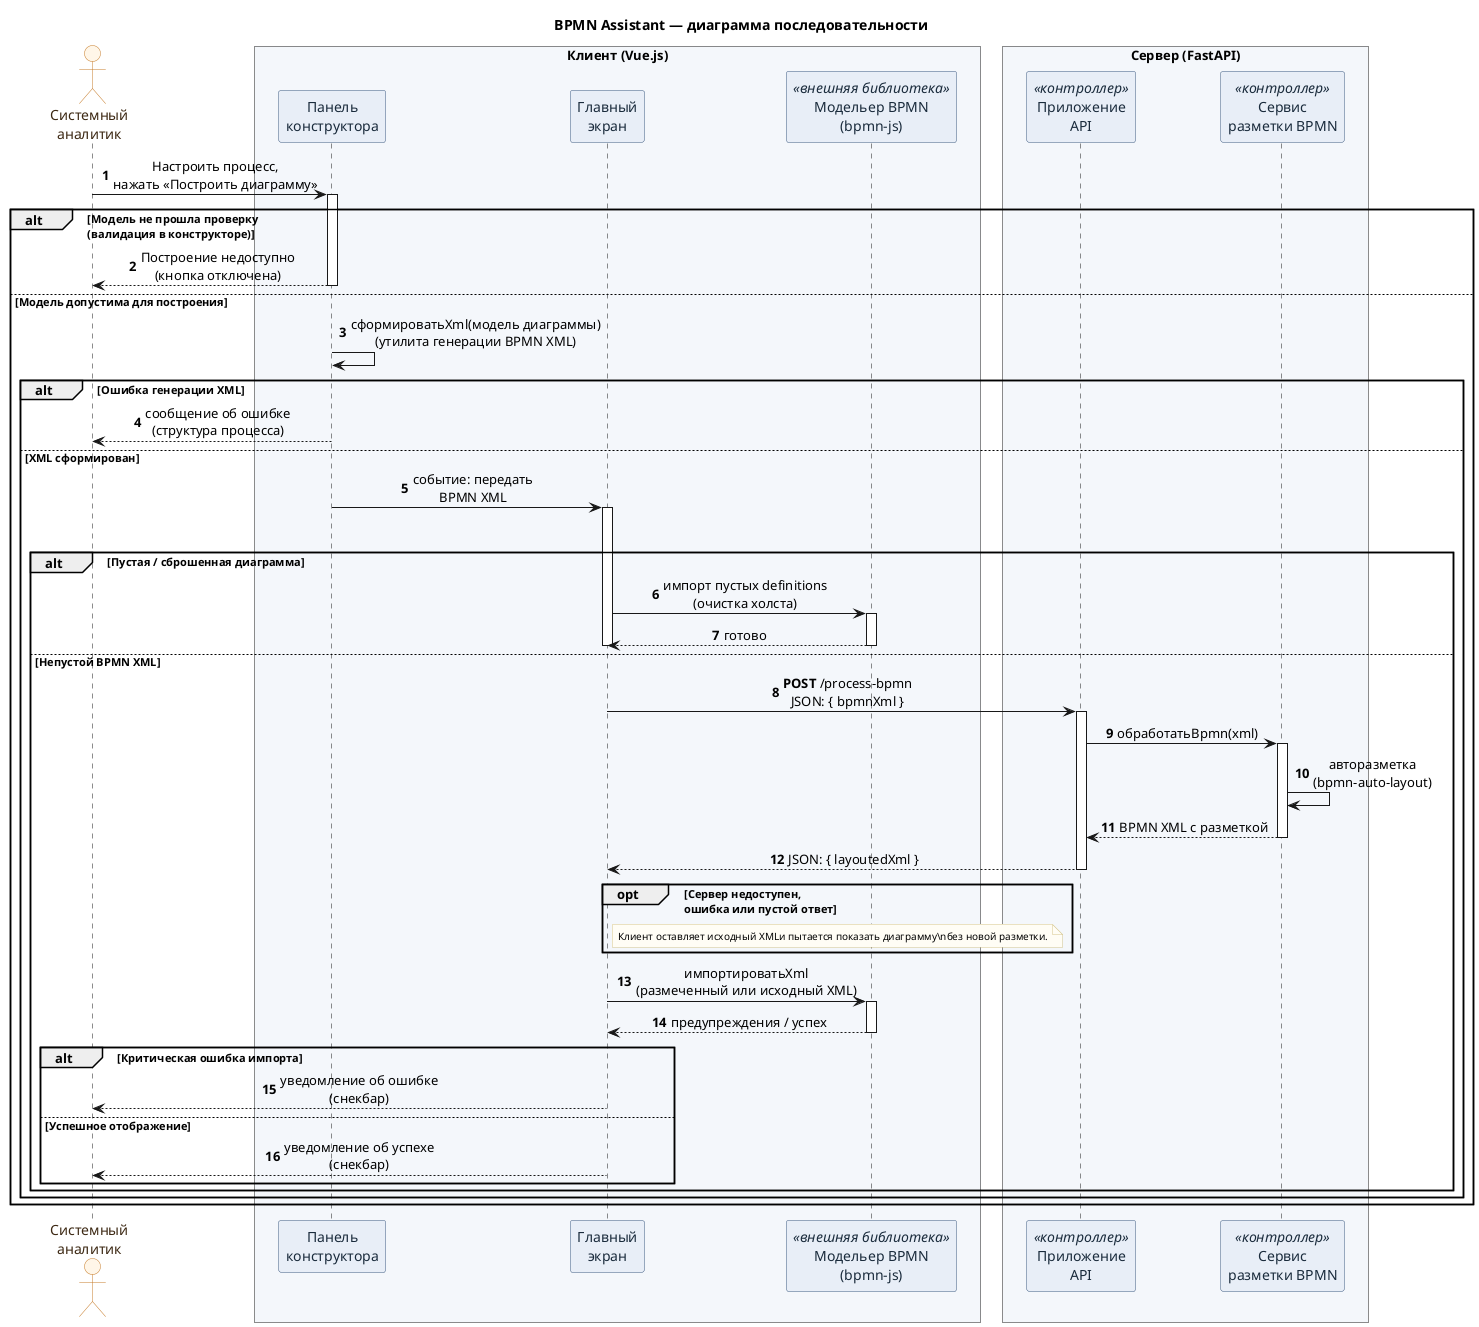
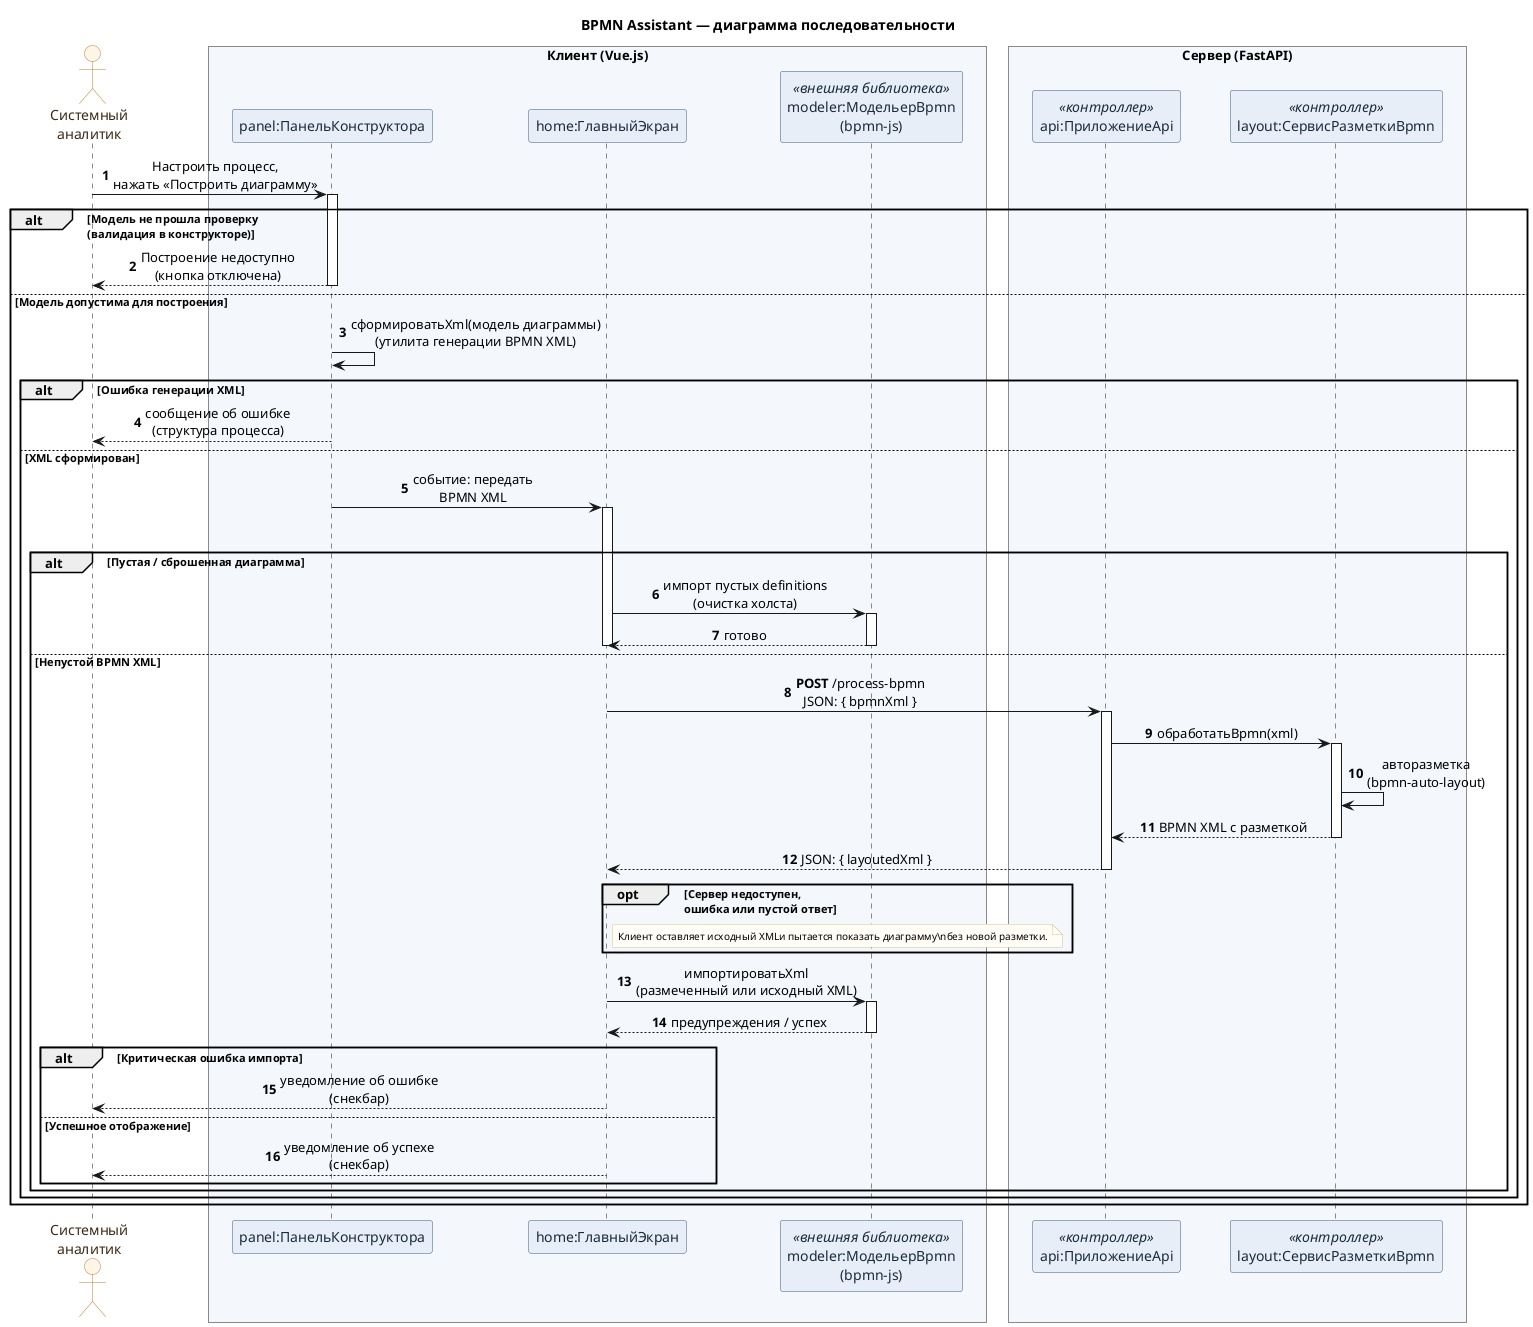
@startuml bpmn-assistant-sequence-diagram
title BPMN Assistant — диаграмма последовательности

skinparam shadowing false
skinparam handwritten false
skinparam sequenceMessageAlign center
skinparam responseMessageBelowArrow true
skinparam ParticipantPadding 20
skinparam BoxPadding 10

skinparam participant {
  BackgroundColor #E8EEF7
  BorderColor #3D5A80
  FontColor #1A2B3C
}
skinparam actor {
  BackgroundColor #FFF6E8
  BorderColor #C67C2A
  FontColor #3D2914
}
skinparam note {
  BackgroundColor #FFFDF5
  BorderColor #D4C48A
  FontSize 10
}

autonumber

actor "Системный\nаналитик" as User

box "Клиент (Vue.js)" #F4F7FB
-   participant "Панель\nконструктора" as Panel
-   participant "Главный\nэкран" as Home
-   participant "Модельер BPMN\n(bpmn-js)" as Modeler <<внешняя библиотека>>
+   participant "panel:ПанельКонструктора" as panel
+   participant "home:ГлавныйЭкран" as home
+   participant "modeler:МодельерBpmn\n(bpmn-js)" as modeler <<внешняя библиотека>>
end box

box "Сервер (FastAPI)" #F4F7FB
-   participant "Приложение\nAPI" as API <<контроллер>>
-   participant "Сервис\nразметки BPMN" as Layout <<контроллер>>
+   participant "api:ПриложениеApi" as api <<контроллер>>
+   participant "layout:СервисРазметкиBpmn" as layout <<контроллер>>
end box

- User -> Panel: Настроить процесс,\nнажать «Построить диаграмму»
- activate Panel
+ User -> panel: Настроить процесс,\nнажать «Построить диаграмму»
+ activate panel

alt Модель не прошла проверку\n(валидация в конструкторе)
-   Panel --> User: Построение недоступно\n(кнопка отключена)
-   deactivate Panel
+   panel --> User: Построение недоступно\n(кнопка отключена)
+   deactivate panel
else Модель допустима для построения
-   Panel -> Panel: сформироватьXml(модель диаграммы)\n(утилита генерации BPMN XML)
+   panel -> panel: сформироватьXml(модель диаграммы)\n(утилита генерации BPMN XML)
  alt Ошибка генерации XML
-     Panel --> User: сообщение об ошибке\n(структура процесса)
-     deactivate Panel
+     panel --> User: сообщение об ошибке\n(структура процесса)
+     deactivate panel
  else XML сформирован
-     Panel -> Home: событие: передать\nBPMN XML
-     activate Home
-     deactivate Panel
+     panel -> home: событие: передать\nBPMN XML
+     activate home
+     deactivate panel

    alt Пустая / сброшенная диаграмма
-       Home -> Modeler: импорт пустых definitions\n(очистка холста)
-       activate Modeler
-       Modeler --> Home: готово
-       deactivate Modeler
-       deactivate Home
+       home -> modeler: импорт пустых definitions\n(очистка холста)
+       activate modeler
+       modeler --> home: готово
+       deactivate modeler
+       deactivate home
    else Непустой BPMN XML
-       Home -> API: **POST** /process-bpmn\nJSON: { bpmnXml }
-       activate API
-       API -> Layout: обработатьBpmn(xml)
-       activate Layout
-       Layout -> Layout: авторазметка\n(bpmn-auto-layout)
-       Layout --> API: BPMN XML с разметкой
-       deactivate Layout
-       API --> Home: JSON: { layoutedXml }
-       deactivate API
+       home -> api: **POST** /process-bpmn\nJSON: { bpmnXml }
+       activate api
+       api -> layout: обработатьBpmn(xml)
+       activate layout
+       layout -> layout: авторазметка\n(bpmn-auto-layout)
+       layout --> api: BPMN XML с разметкой
+       deactivate layout
+       api --> home: JSON: { layoutedXml }
+       deactivate api

      opt Сервер недоступен,\nошибка или пустой ответ
-         note right of Home
+         note right of home
          Клиент оставляет исходный XMLи пытается показать диаграмму\nбез новой разметки.
        end note
      end

-       Home -> Modeler: импортироватьXml\n(размеченный или исходный XML)
-       activate Modeler
-       Modeler --> Home: предупреждения / успех
-       deactivate Modeler
+       home -> modeler: импортироватьXml\n(размеченный или исходный XML)
+       activate modeler
+       modeler --> home: предупреждения / успех
+       deactivate modeler

      alt Критическая ошибка импорта
-         Home --> User: уведомление об ошибке\n(снекбар)
+         home --> User: уведомление об ошибке\n(снекбар)
      else Успешное отображение
-         Home --> User: уведомление об успехе\n(снекбар)
+         home --> User: уведомление об успехе\n(снекбар)
      end
-       deactivate Home
+       deactivate home
    end
  end
end


@enduml
